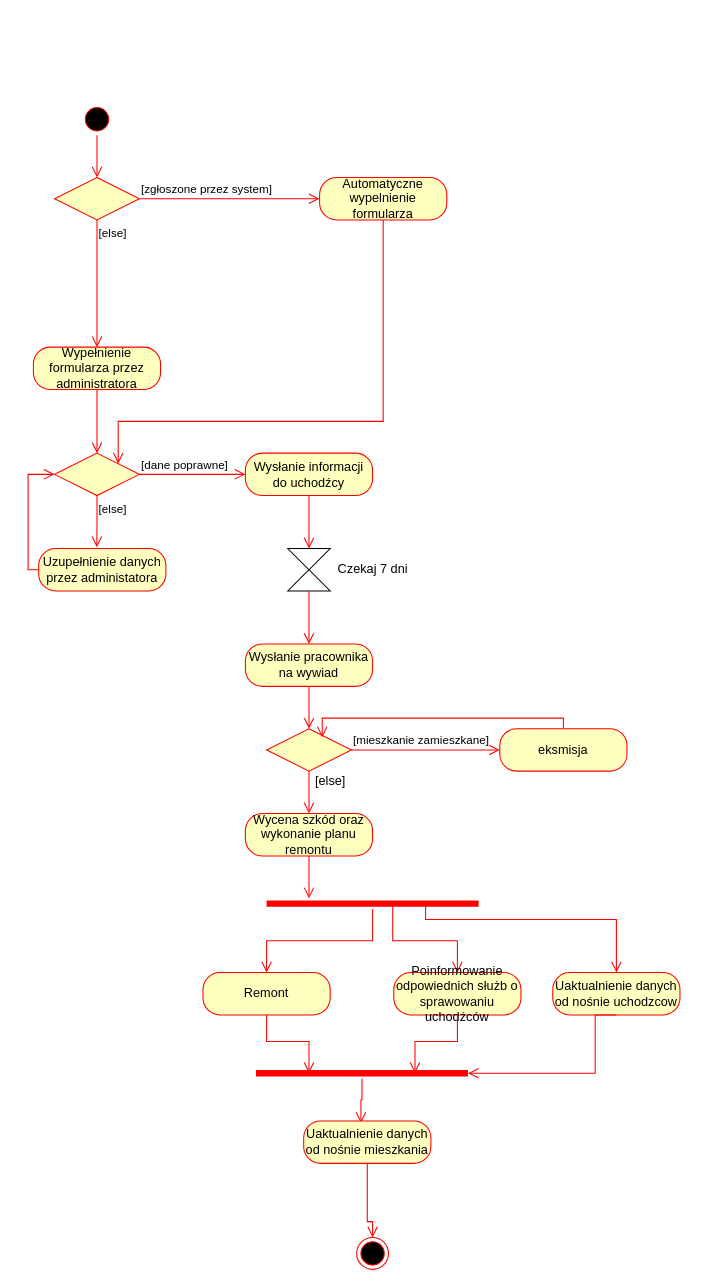
TheRipSon/inzyneria-oprogramowania keeps this draw.io diagram as diagramy czynności/diagramy/drawio/odebranie zakwaterowania.drawio. Above is the earlier version. Source tidied: cells renumbered, new cells numbered last; positions are measured from the earlier drawing's top-left corner, leaving out a move shared by most shapes. Both pictures are drawn from the tidied source at 106%, with x=0, y=0 at pixel (28, 103).
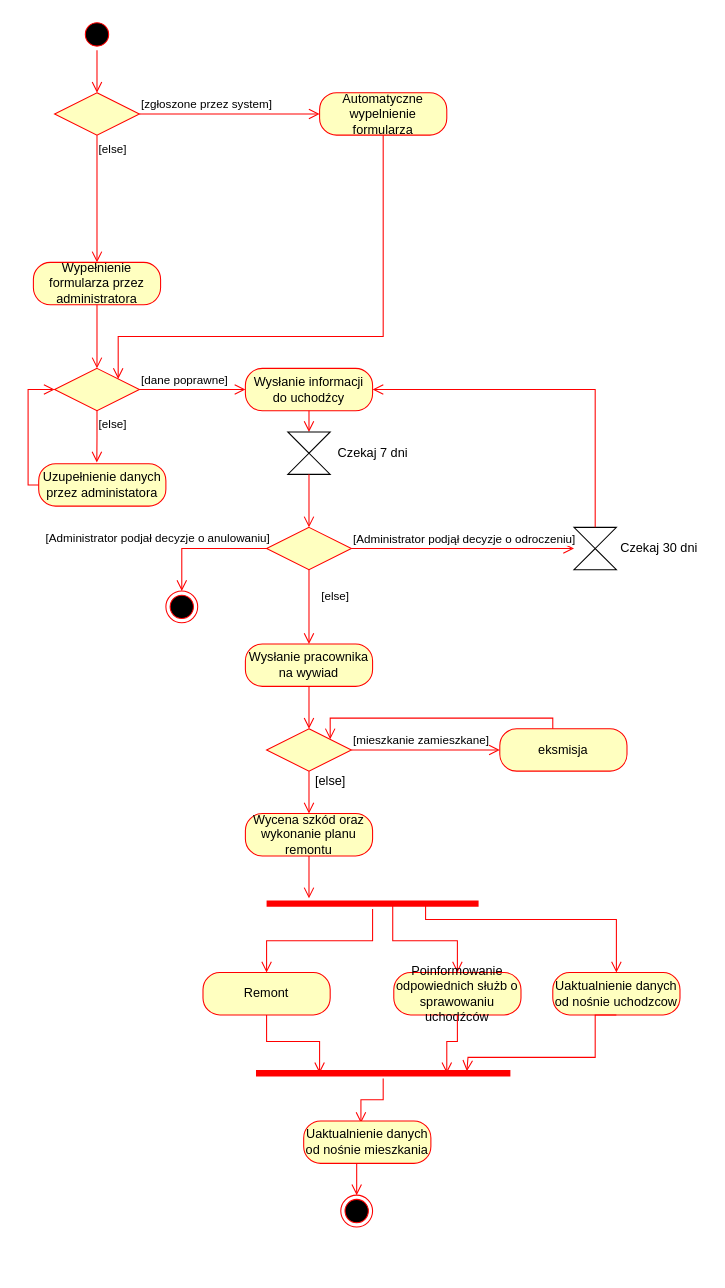
After the change.

The change refers to these unchanged cells:
```xml
<mxCell id="21" value="&lt;div&gt;Wysłanie pracownika&lt;/div&gt;&lt;div&gt;na wywiad&lt;br&gt;&lt;/div&gt;" style="rounded=1;whiteSpace=wrap;html=1;arcSize=40;fontColor=#000000;fillColor=#ffffc0;strokeColor=#ff0000;" parent="1" vertex="1">
  <mxGeometry x="205" y="510" width="120" height="40" as="geometry" />
</mxCell>
<mxCell id="23" style="rhombus;whiteSpace=wrap;html=1;fillColor=#ffffc0;strokeColor=#ff0000;" parent="1" vertex="1">
  <mxGeometry x="225" y="590" width="80" height="40" as="geometry" />
</mxCell>
<mxCell id="26" value="eksmisja" style="rounded=1;whiteSpace=wrap;html=1;arcSize=40;fontColor=#000000;fillColor=#ffffc0;strokeColor=#ff0000;" parent="1" vertex="1">
  <mxGeometry x="445" y="590" width="120" height="40" as="geometry" />
</mxCell>
<mxCell id="40" value="Uaktualnienie danych od nośnie mieszkania" style="rounded=1;whiteSpace=wrap;html=1;arcSize=40;fontColor=#000000;fillColor=#ffffc0;strokeColor=#ff0000;" parent="1" vertex="1">
  <mxGeometry x="260" y="960" width="120" height="40" as="geometry" />
</mxCell>
<mxCell id="42" value="Uaktualnienie danych od nośnie uchodzcow" style="rounded=1;whiteSpace=wrap;html=1;arcSize=40;fontColor=#000000;fillColor=#ffffc0;strokeColor=#ff0000;" parent="1" vertex="1">
  <mxGeometry x="495" y="820" width="120" height="40" as="geometry" />
</mxCell>
```

The edit, as a diff of the source:
```diff
@@
     <mxCell id="2" style="ellipse;html=1;shape=startState;fillColor=#000000;strokeColor=#ff0000;" parent="1" vertex="1">
-      <mxGeometry x="50" width="30" height="30" as="geometry" />
+      <mxGeometry x="50" y="-80" width="30" height="30" as="geometry" />
     </mxCell>
@@
     <mxCell id="4" style="rhombus;whiteSpace=wrap;html=1;fillColor=#ffffc0;strokeColor=#ff0000;" parent="1" vertex="1">
-      <mxGeometry x="25" y="70" width="80" height="40" as="geometry" />
+      <mxGeometry x="25" y="-10" width="80" height="40" as="geometry" />
     </mxCell>
@@
     <mxCell id="6" value="[else]" style="edgeStyle=orthogonalEdgeStyle;html=1;align=left;verticalAlign=top;endArrow=open;endSize=8;strokeColor=#ff0000;rounded=0;entryX=0.5;entryY=0;entryDx=0;entryDy=0;" parent="1" edge="1" source="4" target="9">
       <mxGeometry x="-1" relative="1" as="geometry">
         <Array as="points">
-          <mxPoint x="65" y="160" />
-          <mxPoint x="65" y="160" />
+          <mxPoint x="65" y="80" />
+          <mxPoint x="65" y="80" />
         </Array>
       </mxGeometry>
     </mxCell>
     <mxCell id="7" value="Automatyczne wypelnienie formularza" style="rounded=1;whiteSpace=wrap;html=1;arcSize=40;fontColor=#000000;fillColor=#ffffc0;strokeColor=#ff0000;" parent="1" vertex="1">
-      <mxGeometry x="275" y="70" width="120" height="40" as="geometry" />
+      <mxGeometry x="275" y="-10" width="120" height="40" as="geometry" />
     </mxCell>
     <mxCell id="8" style="edgeStyle=orthogonalEdgeStyle;html=1;verticalAlign=bottom;endArrow=open;endSize=8;strokeColor=#ff0000;rounded=0;entryX=1;entryY=0;entryDx=0;entryDy=0;" parent="1" edge="1" source="7" target="11">
       <mxGeometry relative="1" as="geometry">
         <Array as="points">
-          <mxPoint x="335" y="300" />
-          <mxPoint x="85" y="300" />
+          <mxPoint x="335" y="220" />
+          <mxPoint x="85" y="220" />
         </Array>
       </mxGeometry>
     </mxCell>
     <mxCell id="9" value="Wypełnienie formularza przez administratora" style="rounded=1;whiteSpace=wrap;html=1;arcSize=40;fontColor=#000000;fillColor=#ffffc0;strokeColor=#ff0000;" parent="1" vertex="1">
-      <mxGeometry x="5" y="230" width="120" height="40" as="geometry" />
+      <mxGeometry x="5" y="150" width="120" height="40" as="geometry" />
     </mxCell>
     <mxCell id="10" style="edgeStyle=orthogonalEdgeStyle;html=1;verticalAlign=bottom;endArrow=open;endSize=8;strokeColor=#ff0000;rounded=0;" parent="1" edge="1" source="9">
       <mxGeometry relative="1" as="geometry">
-        <mxPoint x="65" y="330" as="targetPoint" />
+        <mxPoint x="65" y="250" as="targetPoint" />
       </mxGeometry>
     </mxCell>
     <mxCell id="11" style="rhombus;whiteSpace=wrap;html=1;fillColor=#ffffc0;strokeColor=#ff0000;" parent="1" vertex="1">
-      <mxGeometry x="25" y="330" width="80" height="40" as="geometry" />
+      <mxGeometry x="25" y="250" width="80" height="40" as="geometry" />
     </mxCell>
@@
     <mxCell id="14" value="Uzupełnienie danych przez administatora" style="rounded=1;whiteSpace=wrap;html=1;arcSize=40;fontColor=#000000;fillColor=#ffffc0;strokeColor=#ff0000;" parent="1" vertex="1">
-      <mxGeometry x="10" y="420" width="120" height="40" as="geometry" />
+      <mxGeometry x="10" y="340" width="120" height="40" as="geometry" />
     </mxCell>
     <mxCell id="15" style="edgeStyle=orthogonalEdgeStyle;html=1;verticalAlign=bottom;endArrow=open;endSize=8;strokeColor=#ff0000;rounded=0;entryX=0;entryY=0.5;entryDx=0;entryDy=0;" parent="1" edge="1" source="14" target="11">
       <mxGeometry relative="1" as="geometry">
         <Array as="points">
-          <mxPoint y="440" />
-          <mxPoint y="350" />
+          <mxPoint y="360" />
+          <mxPoint y="270" />
         </Array>
       </mxGeometry>
     </mxCell>
     <mxCell id="16" value="Wysłanie informacji do uchodźcy " style="rounded=1;whiteSpace=wrap;html=1;arcSize=40;fontColor=#000000;fillColor=#ffffc0;strokeColor=#ff0000;" parent="1" vertex="1">
-      <mxGeometry x="205" y="330" width="120" height="40" as="geometry" />
+      <mxGeometry x="205" y="250" width="120" height="40" as="geometry" />
     </mxCell>
@@
     <mxCell id="18" style="shape=collate;whiteSpace=wrap;html=1;" parent="1" vertex="1">
-      <mxGeometry x="245" y="420" width="40" height="40" as="geometry" />
+      <mxGeometry x="245" y="310" width="40" height="40" as="geometry" />
     </mxCell>
     <mxCell id="19" value="Czekaj 7 dni" style="text;html=1;align=center;verticalAlign=middle;strokeColor=none;fillColor=none;" parent="1" vertex="1">
-      <mxGeometry x="285" y="430" width="80" height="20" as="geometry" />
+      <mxGeometry x="285" y="320" width="80" height="20" as="geometry" />
     </mxCell>
-    <mxCell id="20" style="edgeStyle=orthogonalEdgeStyle;html=1;verticalAlign=bottom;endArrow=open;endSize=8;strokeColor=#ff0000;rounded=0;entryX=0.5;entryY=0;entryDx=0;entryDy=0;exitX=0.5;exitY=1;exitDx=0;exitDy=0;" parent="1" edge="1" source="18" target="21">
+    <mxCell id="20" style="edgeStyle=orthogonalEdgeStyle;html=1;verticalAlign=bottom;endArrow=open;endSize=8;strokeColor=#ff0000;rounded=0;exitX=0.5;exitY=1;exitDx=0;exitDy=0;entryX=0.5;entryY=0;entryDx=0;entryDy=0;" parent="1" edge="1" source="18" target="46">
       <mxGeometry relative="1" as="geometry" />
     </mxCell>
@@
-    <mxCell id="27" style="edgeStyle=orthogonalEdgeStyle;html=1;verticalAlign=bottom;endArrow=open;endSize=8;strokeColor=#ff0000;rounded=0;entryX=0.656;entryY=0.203;entryDx=0;entryDy=0;entryPerimeter=0;" parent="1" edge="1" source="26" target="23">
+    <mxCell id="27" style="edgeStyle=orthogonalEdgeStyle;html=1;verticalAlign=bottom;endArrow=open;endSize=8;strokeColor=#ff0000;rounded=0;entryX=1;entryY=0;entryDx=0;entryDy=0;" parent="1" edge="1" source="26" target="23">
       <mxGeometry relative="1" as="geometry">
         <Array as="points">
-          <mxPoint x="505" y="580" />
-          <mxPoint x="278" y="580" />
+          <mxPoint x="495" y="580" />
+          <mxPoint x="285" y="580" />
         </Array>
       </mxGeometry>
     </mxCell>
@@
     <mxCell id="38" style="shape=line;html=1;strokeWidth=6;strokeColor=#ff0000;" parent="1" vertex="1">
-      <mxGeometry x="215" y="910" width="200" height="10" as="geometry" />
+      <mxGeometry x="215" y="910" width="240" height="10" as="geometry" />
     </mxCell>
@@
     <mxCell id="41" style="edgeStyle=orthogonalEdgeStyle;html=1;verticalAlign=bottom;endArrow=open;endSize=8;strokeColor=#ff0000;rounded=0;entryX=0.5;entryY=0;entryDx=0;entryDy=0;" parent="1" edge="1" source="40" target="45">
       <mxGeometry relative="1" as="geometry">
         <Array as="points">
-          <mxPoint x="320" y="1055" />
-          <mxPoint x="325" y="1055" />
+          <mxPoint x="310" y="1020" />
+          <mxPoint x="310" y="1020" />
         </Array>
       </mxGeometry>
     </mxCell>
@@
-    <mxCell id="43" style="edgeStyle=orthogonalEdgeStyle;html=1;verticalAlign=bottom;endArrow=open;endSize=8;strokeColor=#ff0000;rounded=0;exitX=0.5;exitY=1;exitDx=0;exitDy=0;entryX=1;entryY=0.5;entryDx=0;entryDy=0;entryPerimeter=0;" parent="1" edge="1" source="42" target="38">
+    <mxCell id="43" style="edgeStyle=orthogonalEdgeStyle;html=1;verticalAlign=bottom;endArrow=open;endSize=8;strokeColor=#ff0000;rounded=0;exitX=0.5;exitY=1;exitDx=0;exitDy=0;entryX=0.829;entryY=0.3;entryDx=0;entryDy=0;entryPerimeter=0;" parent="1" edge="1" source="42" target="38">
       <mxGeometry relative="1" as="geometry">
         <Array as="points">
           <mxPoint x="535" y="860" />
-          <mxPoint x="535" y="915" />
+          <mxPoint x="535" y="900" />
+          <mxPoint x="415" y="900" />
         </Array>
       </mxGeometry>
     </mxCell>
@@
     <mxCell id="45" style="ellipse;html=1;shape=endState;fillColor=#000000;strokeColor=#ff0000;" parent="1" vertex="1">
-      <mxGeometry x="310" y="1070" width="30" height="30" as="geometry" />
+      <mxGeometry x="295" y="1030" width="30" height="30" as="geometry" />
     </mxCell>
+    <mxCell id="46" style="rhombus;whiteSpace=wrap;html=1;fillColor=#ffffc0;strokeColor=#ff0000;" parent="1" vertex="1">
+      <mxGeometry x="225" y="400" width="80" height="40" as="geometry" />
+    </mxCell>
+    <mxCell id="47" value="[Administrator podjął decyzje o odroczeniu]" style="edgeStyle=orthogonalEdgeStyle;html=1;align=left;verticalAlign=bottom;endArrow=open;endSize=8;strokeColor=#ff0000;rounded=0;entryX=0;entryY=0.5;entryDx=0;entryDy=0;" parent="1" edge="1" source="46" target="49">
+      <mxGeometry x="-1" relative="1" as="geometry" />
+    </mxCell>
+    <mxCell id="48" value="[else]" style="edgeStyle=orthogonalEdgeStyle;html=1;align=left;verticalAlign=top;endArrow=open;endSize=8;strokeColor=#ff0000;rounded=0;entryX=0.5;entryY=0;entryDx=0;entryDy=0;" parent="1" edge="1" source="46" target="21">
+      <mxGeometry x="-0.67" y="10" relative="1" as="geometry" />
+    </mxCell>
+    <mxCell id="49" style="shape=collate;whiteSpace=wrap;html=1;" parent="1" vertex="1">
+      <mxGeometry x="515" y="400" width="40" height="40" as="geometry" />
+    </mxCell>
+    <mxCell id="50" value="Czekaj 30 dni" style="text;html=1;align=center;verticalAlign=middle;strokeColor=none;fillColor=none;" parent="1" vertex="1">
+      <mxGeometry x="550" y="410" width="90" height="20" as="geometry" />
+    </mxCell>
+    <mxCell id="51" style="edgeStyle=orthogonalEdgeStyle;html=1;align=left;verticalAlign=bottom;endArrow=open;endSize=8;strokeColor=#ff0000;rounded=0;entryX=1;entryY=0.5;entryDx=0;entryDy=0;exitX=0.5;exitY=0;exitDx=0;exitDy=0;" parent="1" edge="1" source="49" target="16">
+      <mxGeometry x="-1" relative="1" as="geometry" />
+    </mxCell>
+    <mxCell id="52" value="[Administrator podjał decyzje o anulowaniu]" style="edgeStyle=orthogonalEdgeStyle;html=1;align=left;verticalAlign=top;endArrow=open;endSize=8;strokeColor=#ff0000;rounded=0;exitX=0;exitY=0.5;exitDx=0;exitDy=0;entryX=0.5;entryY=0;entryDx=0;entryDy=0;" parent="1" edge="1" source="46" target="53">
+      <mxGeometry x="0.45" y="-133" relative="1" as="geometry">
+        <mxPoint x="3" y="-30" as="offset" />
+      </mxGeometry>
+    </mxCell>
+    <mxCell id="53" style="ellipse;html=1;shape=endState;fillColor=#000000;strokeColor=#ff0000;" parent="1" vertex="1">
+      <mxGeometry x="130" y="460" width="30" height="30" as="geometry" />
+    </mxCell>
```
